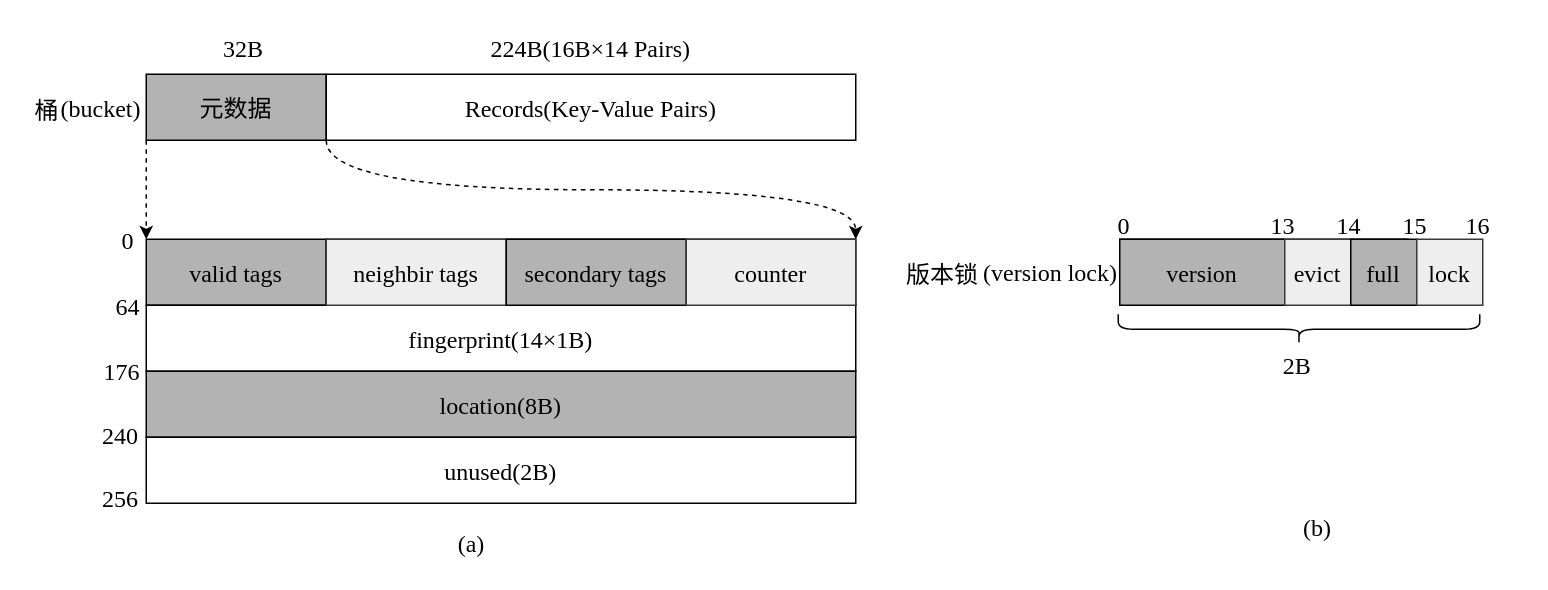
Above: page "元数据" (18 of 18) of 毕业论文.drawio in HustDsy/Picture (draw.io), before the change. Source tidied: cells renumbered, new cells numbered last; positions are measured from the earlier drawing's top-left corner, leaving out a move shared by most shapes. Both pictures are drawn from the tidied source at 150%, with x=0, y=0 at pixel (24, 24).
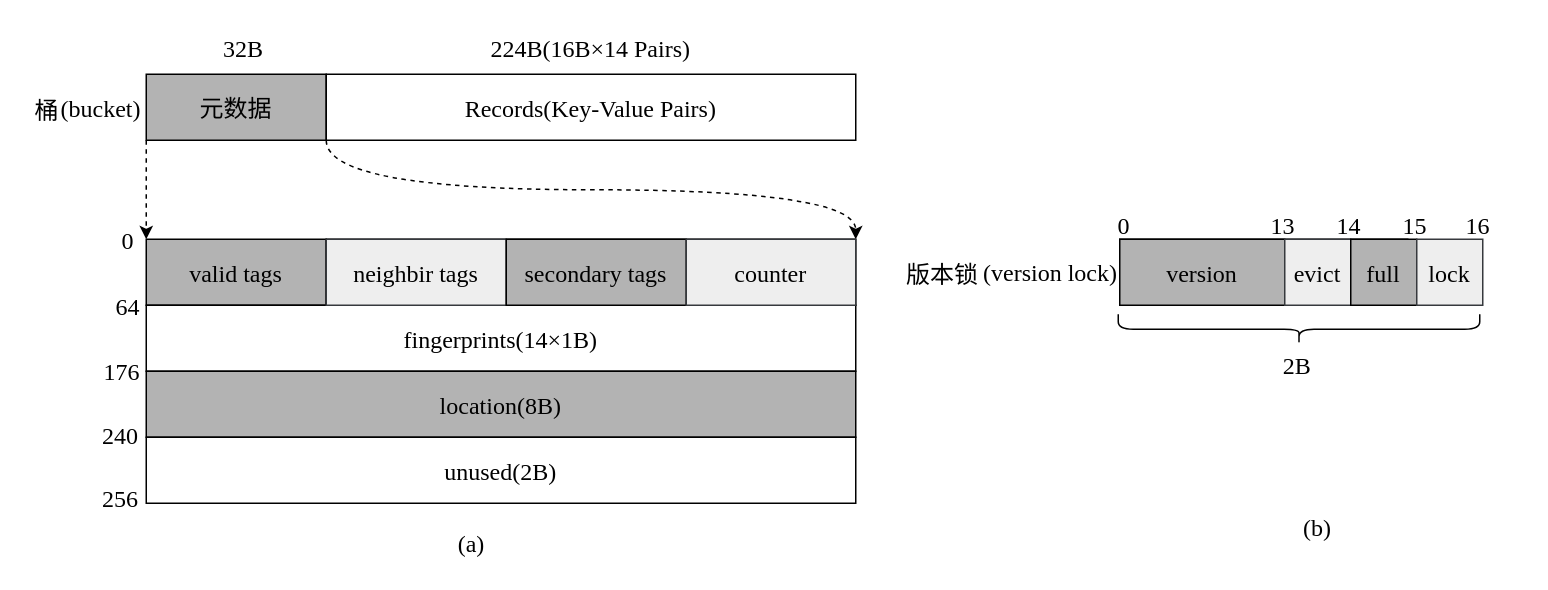
The same page after the edit.

Change to the diagram source:
```diff
@@
-    <mxCell id="8" value="fingerprint(14×1B)" style="rounded=0;fontFamily=Times New Roman;fontSize=16;strokeWidth=1;strokeColor=#000000;" parent="1" vertex="1">
+    <mxCell id="8" value="fingerprints(14×1B)" style="rounded=0;fontFamily=Times New Roman;fontSize=16;strokeWidth=1;strokeColor=#000000;" parent="1" vertex="1">
       <mxGeometry x="81" y="187" width="473" height="44" as="geometry" />
     </mxCell>
```
